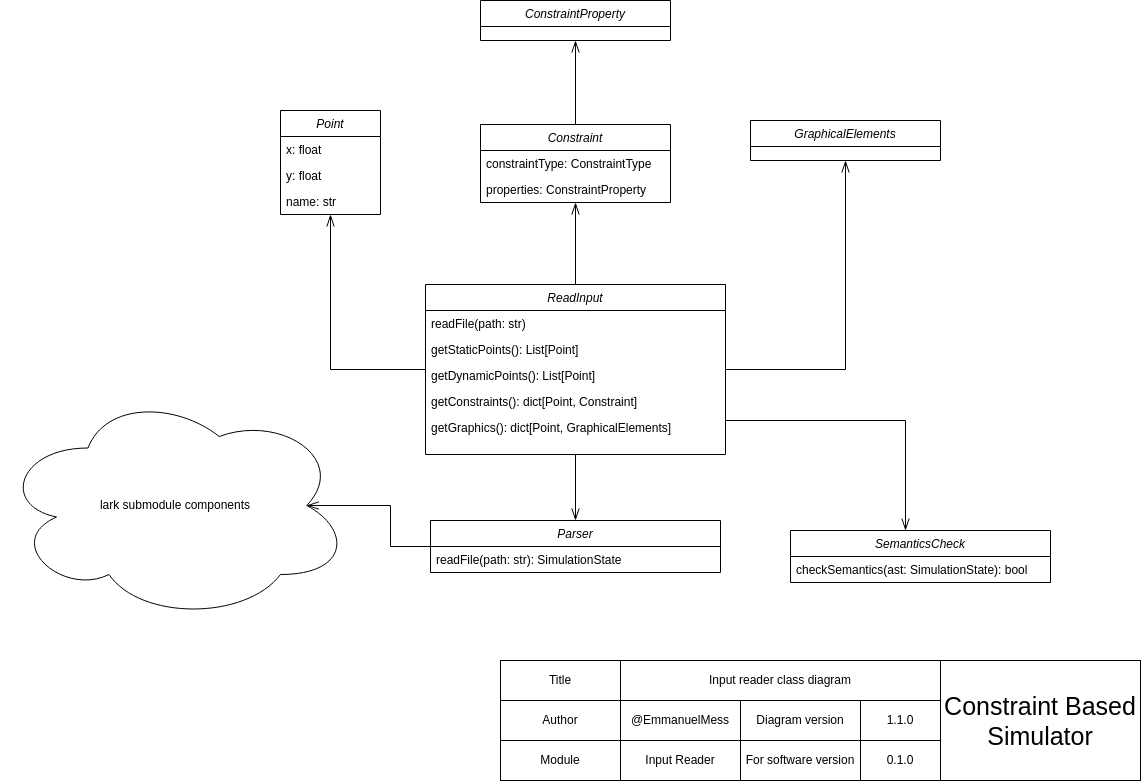
This is design/diagrams/class/input reader class diagram.png from EmmanuelMess/ConstraintBasedSimulator, a draw.io export, as it was before one commit. Source tidied: cells renumbered, new cells last; positions are measured from the earlier drawing's top-left corner, leaving out a move shared by most shapes.
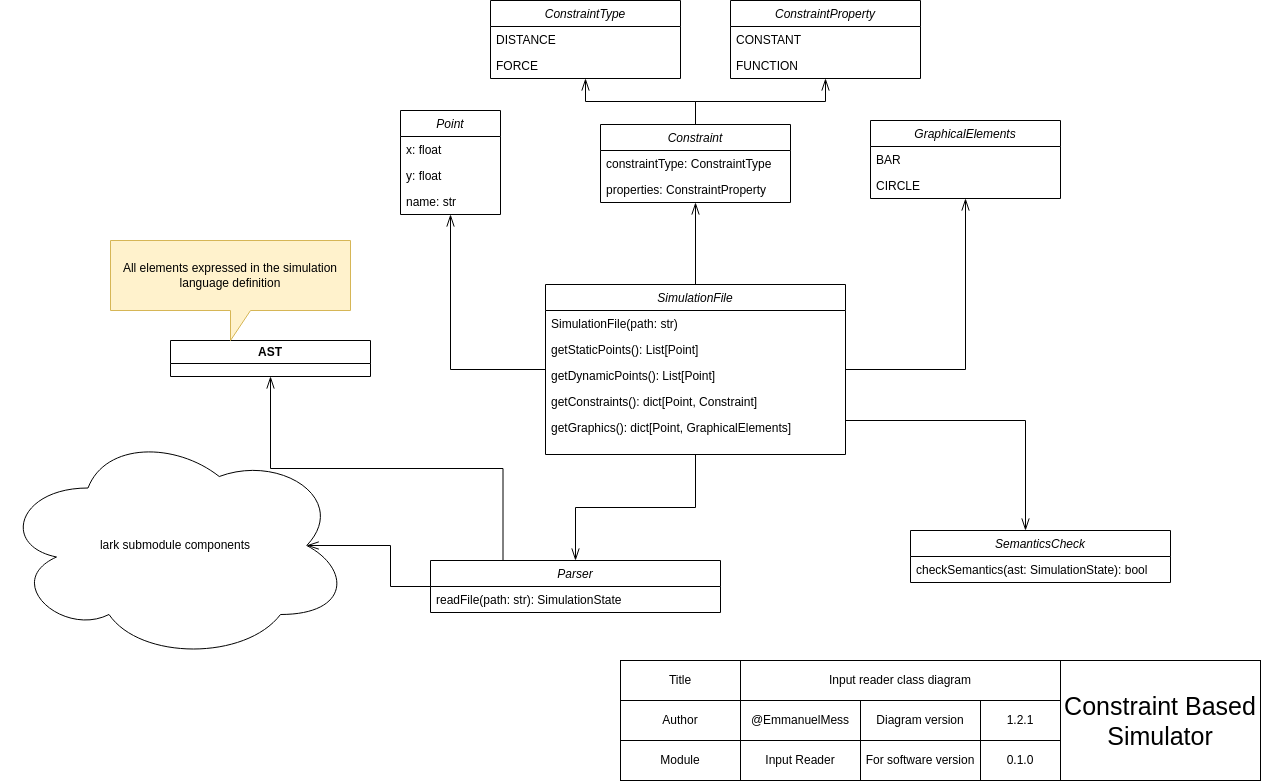
The same diagram one commit later.

The edit, as a diff of the source:
```diff
@@ -14,10 +14,10 @@
     <mxCell id="5" style="edgeStyle=orthogonalEdgeStyle;rounded=0;jettySize=auto;html=1;endArrow=openThin;endFill=0;endSize=10;" parent="1" edge="1" source="6" target="22">
       <mxGeometry relative="1" as="geometry" />
     </mxCell>
-    <mxCell id="6" value="ReadInput" style="swimlane;fontStyle=2;align=center;verticalAlign=top;horizontal=1;startSize=26;rounded=0;shadow=0;strokeWidth=1;" parent="1" vertex="1">
+    <mxCell id="6" value="SimulationFile" style="swimlane;fontStyle=2;align=center;verticalAlign=top;horizontal=1;startSize=26;rounded=0;shadow=0;strokeWidth=1;" parent="1" vertex="1">
       <mxGeometry x="425" y="284" width="300" height="170" as="geometry" />
     </mxCell>
-    <mxCell id="7" value="readFile(path: str)" style="text;align=left;verticalAlign=top;spacingLeft=4;spacingRight=4;overflow=hidden;" parent="6" vertex="1">
+    <mxCell id="7" value="SimulationFile(path: str)" style="text;align=left;verticalAlign=top;spacingLeft=4;spacingRight=4;overflow=hidden;" parent="6" vertex="1">
       <mxGeometry y="26" width="300" height="26" as="geometry" />
     </mxCell>
     <mxCell id="8" value="getStaticPoints(): List[Point]" style="text;align=left;verticalAlign=top;spacingLeft=4;spacingRight=4;overflow=hidden;rounded=0;shadow=0;html=0;" parent="6" vertex="1">
@@ -57,13 +57,13 @@
       <mxGeometry y="52" width="190" height="26" as="geometry" />
     </mxCell>
     <mxCell id="20" value="lark submodule components" style="ellipse;shape=cloud;whiteSpace=wrap;html=1;" parent="1" vertex="1">
-      <mxGeometry y="390" width="350" height="230" as="geometry" />
+      <mxGeometry x="-120" y="430" width="350" height="230" as="geometry" />
     </mxCell>
     <mxCell id="21" style="edgeStyle=orthogonalEdgeStyle;rounded=0;jettySize=auto;html=1;endArrow=openThin;endFill=0;endSize=10;entryX=0.875;entryY=0.5;entryDx=0;entryDy=0;entryPerimeter=0;" parent="1" edge="1" source="22" target="20">
       <mxGeometry relative="1" as="geometry" />
     </mxCell>
     <mxCell id="22" value="Parser" style="swimlane;fontStyle=2;align=center;verticalAlign=top;horizontal=1;startSize=26;rounded=0;shadow=0;strokeWidth=1;" parent="1" vertex="1">
-      <mxGeometry x="430" y="520" width="290" height="52" as="geometry" />
+      <mxGeometry x="310" y="560" width="290" height="52" as="geometry" />
     </mxCell>
     <mxCell id="23" value="readFile(path: str): SimulationState" style="text;align=left;verticalAlign=top;spacingLeft=4;spacingRight=4;overflow=hidden;rounded=0;shadow=0;html=0;" parent="22" vertex="1">
       <mxGeometry y="26" width="290" height="26" as="geometry" />
@@ -105,7 +105,7 @@
     <mxCell id="34" value="&lt;font style=&quot;font-size: 25px;&quot;&gt;Constraint Based Simulator&lt;/font&gt;" style="rounded=0;whiteSpace=wrap;html=1;" parent="1" vertex="1">
       <mxGeometry x="940" y="660" width="200" height="120" as="geometry" />
     </mxCell>
-    <mxCell id="35" value="1.1.0" style="rounded=0;whiteSpace=wrap;html=1;" parent="1" vertex="1">
+    <mxCell id="35" value="1.2.1" style="rounded=0;whiteSpace=wrap;html=1;" parent="1" vertex="1">
       <mxGeometry x="860" y="700" width="80" height="40" as="geometry" />
     </mxCell>
     <mxCell id="36" value="For software version" style="rounded=0;whiteSpace=wrap;html=1;" parent="1" vertex="1">
@@ -115,10 +115,43 @@
       <mxGeometry x="860" y="740" width="80" height="40" as="geometry" />
     </mxCell>
     <mxCell id="38" value="ConstraintProperty" style="swimlane;fontStyle=2;align=center;verticalAlign=top;horizontal=1;startSize=26;rounded=0;shadow=0;strokeWidth=1;" parent="1" vertex="1">
-      <mxGeometry x="480" width="190" height="40" as="geometry" />
+      <mxGeometry x="610" width="190" height="78" as="geometry" />
     </mxCell>
+    <mxCell id="40" value="CONSTANT" style="text;align=left;verticalAlign=top;spacingLeft=4;spacingRight=4;overflow=hidden;rounded=0;shadow=0;html=0;" parent="38" vertex="1">
+      <mxGeometry y="26" width="190" height="26" as="geometry" />
+    </mxCell>
+    <mxCell id="41" value="FUNCTION" style="text;align=left;verticalAlign=top;spacingLeft=4;spacingRight=4;overflow=hidden;rounded=0;shadow=0;html=0;" parent="38" vertex="1">
+      <mxGeometry y="52" width="190" height="26" as="geometry" />
+    </mxCell>
     <mxCell id="39" value="GraphicalElements" style="swimlane;fontStyle=2;align=center;verticalAlign=top;horizontal=1;startSize=26;rounded=0;shadow=0;strokeWidth=1;" parent="1" vertex="1">
-      <mxGeometry x="750" y="120" width="190" height="40" as="geometry" />
+      <mxGeometry x="750" y="120" width="190" height="78" as="geometry" />
     </mxCell>
+    <mxCell id="42" value="BAR" style="text;align=left;verticalAlign=top;spacingLeft=4;spacingRight=4;overflow=hidden;rounded=0;shadow=0;html=0;" parent="39" vertex="1">
+      <mxGeometry y="26" width="190" height="26" as="geometry" />
+    </mxCell>
+    <mxCell id="43" value="CIRCLE" style="text;align=left;verticalAlign=top;spacingLeft=4;spacingRight=4;overflow=hidden;rounded=0;shadow=0;html=0;" parent="39" vertex="1">
+      <mxGeometry y="52" width="190" height="26" as="geometry" />
+    </mxCell>
+    <mxCell id="44" value="ConstraintType" style="swimlane;fontStyle=2;align=center;verticalAlign=top;horizontal=1;startSize=26;rounded=0;shadow=0;strokeWidth=1;" parent="1" vertex="1">
+      <mxGeometry x="370" width="190" height="78" as="geometry" />
+    </mxCell>
+    <mxCell id="45" value="DISTANCE" style="text;align=left;verticalAlign=top;spacingLeft=4;spacingRight=4;overflow=hidden;rounded=0;shadow=0;html=0;" parent="44" vertex="1">
+      <mxGeometry y="26" width="190" height="26" as="geometry" />
+    </mxCell>
+    <mxCell id="46" value="FORCE" style="text;align=left;verticalAlign=top;spacingLeft=4;spacingRight=4;overflow=hidden;rounded=0;shadow=0;html=0;" parent="44" vertex="1">
+      <mxGeometry y="52" width="190" height="26" as="geometry" />
+    </mxCell>
+    <mxCell id="47" style="edgeStyle=orthogonalEdgeStyle;rounded=0;jettySize=auto;html=1;endArrow=openThin;endFill=0;endSize=10;" parent="1" edge="1" source="17" target="44">
+      <mxGeometry relative="1" as="geometry" />
+    </mxCell>
+    <mxCell id="48" style="edgeStyle=orthogonalEdgeStyle;rounded=0;jettySize=auto;html=1;endArrow=openThin;endFill=0;endSize=10;exitX=0.25;exitY=0;exitDx=0;exitDy=0;" parent="1" edge="1" source="22" target="49">
+      <mxGeometry relative="1" as="geometry" />
+    </mxCell>
+    <mxCell id="49" value="AST" style="swimlane;whiteSpace=wrap;html=1;" parent="1" vertex="1">
+      <mxGeometry x="50" y="340" width="200" height="36" as="geometry" />
+    </mxCell>
+    <mxCell id="50" value="All elements expressed in the simulation language definition" style="shape=callout;whiteSpace=wrap;html=1;perimeter=calloutPerimeter;fillColor=#fff2cc;strokeColor=#d6b656;" parent="1" vertex="1">
+      <mxGeometry x="-10" y="240" width="240" height="100" as="geometry" />
+    </mxCell>
   </root>
 </mxGraphModel>
```
